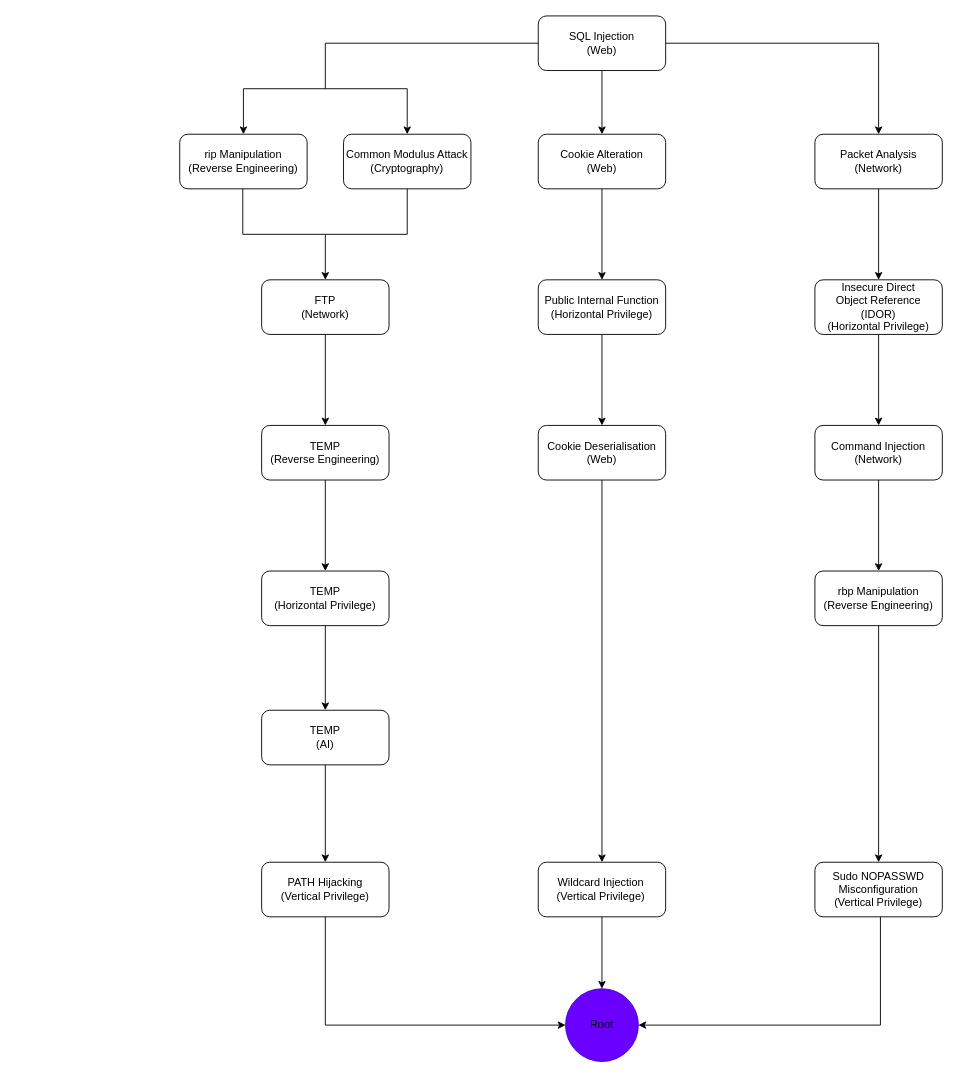
Before: ExploitMap.drawio in saacutter/rta-ctf, a draw.io diagram. Source tidied: cells renumbered, new cells numbered last; positions are measured from the earlier drawing's top-left corner, leaving out a move shared by most shapes. Both pictures are drawn from the tidied source at 91%, with x=0, y=0 at pixel (179, 15).
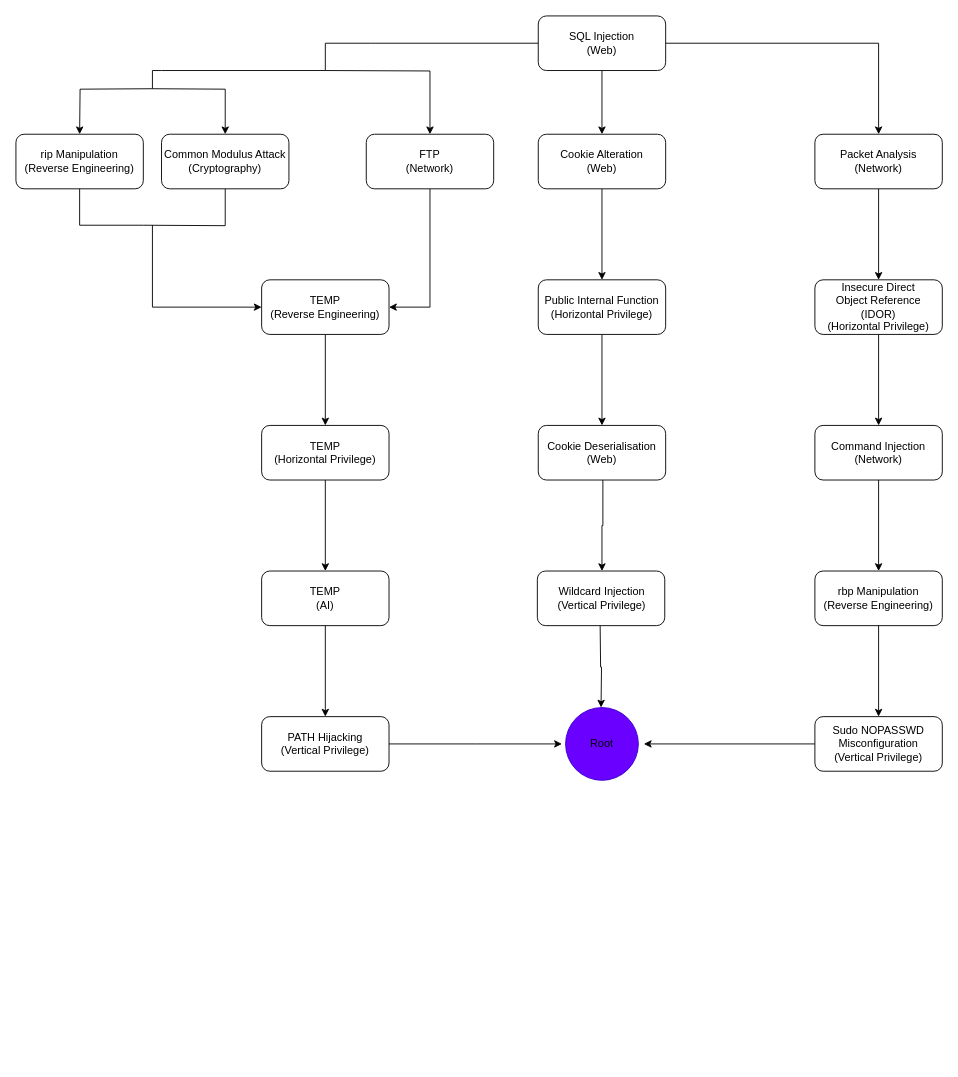
The same diagram, later.

Commit message (it also covers changes not shown here):
Updated exploit map

Unchanged cells that the change refers to:
```xml
<mxCell id="5" style="rounded=1;whiteSpace=wrap;html=1;" parent="1" vertex="1">
  <mxGeometry x="394" width="140" height="60" as="geometry" />
</mxCell>
<mxCell id="31" style="rounded=1;whiteSpace=wrap;html=1;" parent="1" vertex="1">
  <mxGeometry x="394" y="450" width="140" height="60" as="geometry" />
</mxCell>
```

Diff of the diagram source:
```diff
@@
     <mxCell id="4" style="edgeStyle=orthogonalEdgeStyle;rounded=0;jettySize=auto;html=1;endArrow=none;endFill=0;" parent="1" edge="1" source="5">
       <mxGeometry relative="1" as="geometry">
-        <mxPoint x="160" y="80" as="targetPoint" />
+        <mxPoint x="160" y="60" as="targetPoint" />
         <Array as="points">
           <mxPoint x="210" y="30" />
           <mxPoint x="210" y="30" />
         </Array>
       </mxGeometry>
     </mxCell>
@@
     <mxCell id="6" style="rounded=1;whiteSpace=wrap;html=1;" parent="1" vertex="1">
-      <mxGeometry y="130" width="140" height="60" as="geometry" />
+      <mxGeometry x="-20" y="130" width="140" height="60" as="geometry" />
     </mxCell>
@@
     <mxCell id="11" style="rounded=1;whiteSpace=wrap;html=1;" parent="1" vertex="1">
-      <mxGeometry x="180" y="130" width="140" height="60" as="geometry" />
+      <mxGeometry x="-180" y="130" width="140" height="60" as="geometry" />
     </mxCell>
-    <mxCell id="12" style="endArrow=classic;html=1;rounded=0;entryX=0.5;entryY=0;entryDx=0;entryDy=0;" parent="1" edge="1" target="11">
-      <mxGeometry relative="1" as="geometry">
-        <mxPoint x="160" y="80" as="sourcePoint" />
-        <Array as="points">
-          <mxPoint x="250" y="80" />
-        </Array>
-      </mxGeometry>
-    </mxCell>
-    <mxCell id="13" style="endArrow=classic;html=1;rounded=0;entryX=0.5;entryY=0;entryDx=0;entryDy=0;" parent="1" edge="1">
-      <mxGeometry relative="1" as="geometry">
-        <mxPoint x="160" y="80" as="sourcePoint" />
-        <mxPoint x="70" y="130" as="targetPoint" />
-        <Array as="points">
-          <mxPoint x="70" y="80" />
-        </Array>
-      </mxGeometry>
-    </mxCell>
@@
-    <mxCell id="18" style="edgeStyle=orthogonalEdgeStyle;rounded=0;jettySize=auto;html=1;entryX=0;entryY=0.5;entryDx=0;entryDy=0;" parent="1" edge="1" source="19" target="40">
-      <mxGeometry relative="1" as="geometry">
-        <Array as="points">
-          <mxPoint x="160.1" y="1109.1" />
-        </Array>
-      </mxGeometry>
-    </mxCell>
     <mxCell id="19" style="rounded=1;whiteSpace=wrap;html=1;" parent="1" vertex="1">
-      <mxGeometry x="90" y="930" width="140" height="60" as="geometry" />
+      <mxGeometry x="90" y="770" width="140" height="60" as="geometry" />
     </mxCell>
-    <mxCell id="20" style="endArrow=none;html=1;rounded=0;startArrow=none;startFill=0;endFill=0;" parent="1" edge="1">
-      <mxGeometry relative="1" as="geometry">
-        <mxPoint x="69.3" y="190" as="sourcePoint" />
-        <mxPoint x="160" y="240" as="targetPoint" />
-        <Array as="points">
-          <mxPoint x="69.3" y="240" />
-        </Array>
-      </mxGeometry>
-    </mxCell>
-    <mxCell id="21" style="endArrow=none;html=1;rounded=0;startArrow=none;startFill=0;endFill=0;" parent="1" edge="1">
-      <mxGeometry relative="1" as="geometry">
-        <mxPoint x="250" y="190" as="sourcePoint" />
-        <mxPoint x="160" y="240" as="targetPoint" />
-        <Array as="points">
-          <mxPoint x="250" y="240" />
-        </Array>
-      </mxGeometry>
-    </mxCell>
-    <mxCell id="22" style="endArrow=classic;html=1;rounded=0;" parent="1" edge="1">
-      <mxGeometry relative="1" as="geometry">
-        <mxPoint x="160" y="240" as="sourcePoint" />
-        <mxPoint x="160" y="290" as="targetPoint" />
-      </mxGeometry>
-    </mxCell>
@@
+    <mxCell id="58" style="edgeStyle=orthogonalEdgeStyle;rounded=0;jettySize=auto;html=1;entryX=1;entryY=0.5;entryDx=0;entryDy=0;" parent="1" edge="1" source="25" target="39">
+      <mxGeometry relative="1" as="geometry" />
+    </mxCell>
     <mxCell id="25" style="rounded=1;whiteSpace=wrap;html=1;" parent="1" vertex="1">
-      <mxGeometry x="90" y="290" width="140" height="60" as="geometry" />
+      <mxGeometry x="205" y="130" width="140" height="60" as="geometry" />
     </mxCell>
@@
-    <mxCell id="28" style="edgeStyle=orthogonalEdgeStyle;rounded=0;jettySize=auto;html=1;entryX=1;entryY=0.5;entryDx=0;entryDy=0;" parent="1" edge="1" source="29" target="40">
-      <mxGeometry relative="1" as="geometry">
-        <Array as="points">
-          <mxPoint x="770" y="1109" />
-        </Array>
-      </mxGeometry>
-    </mxCell>
+    <mxCell id="60" style="edgeStyle=orthogonalEdgeStyle;rounded=0;jettySize=auto;html=1;" parent="1" edge="1" source="29">
+      <mxGeometry relative="1" as="geometry">
+        <mxPoint x="510" y="800" as="targetPoint" />
+      </mxGeometry>
+    </mxCell>
     <mxCell id="29" style="rounded=1;whiteSpace=wrap;html=1;" parent="1" vertex="1">
-      <mxGeometry x="698" y="930" width="140" height="60" as="geometry" />
+      <mxGeometry x="698" y="770" width="140" height="60" as="geometry" />
     </mxCell>
-    <mxCell id="30" style="edgeStyle=orthogonalEdgeStyle;rounded=0;jettySize=auto;html=1;" parent="1" edge="1" source="31" target="33">
-      <mxGeometry relative="1" as="geometry" />
+    <mxCell id="30" style="edgeStyle=orthogonalEdgeStyle;rounded=0;orthogonalLoop=1;jettySize=auto;html=1;" parent="1" edge="1">
+      <mxGeometry relative="1" as="geometry">
+        <mxPoint x="465" y="510" as="sourcePoint" />
+        <mxPoint x="464" y="610" as="targetPoint" />
+        <Array as="points">
+          <mxPoint x="465" y="560" />
+          <mxPoint x="464" y="560" />
+        </Array>
+      </mxGeometry>
     </mxCell>
@@
-    <mxCell id="32" style="edgeStyle=orthogonalEdgeStyle;rounded=0;jettySize=auto;html=1;" parent="1" edge="1" source="33" target="40">
-      <mxGeometry relative="1" as="geometry" />
+    <mxCell id="32" style="edgeStyle=orthogonalEdgeStyle;rounded=0;orthogonalLoop=1;jettySize=auto;html=1;" parent="1" edge="1">
+      <mxGeometry relative="1" as="geometry">
+        <mxPoint x="462" y="670" as="sourcePoint" />
+        <mxPoint x="463" y="760" as="targetPoint" />
+      </mxGeometry>
     </mxCell>
     <mxCell id="33" style="rounded=1;whiteSpace=wrap;html=1;" parent="1" vertex="1">
-      <mxGeometry x="394" y="930" width="140" height="60" as="geometry" />
+      <mxGeometry x="393" y="610" width="140" height="60" as="geometry" />
     </mxCell>
@@
     <mxCell id="35" style="rounded=1;whiteSpace=wrap;html=1;" parent="1" vertex="1">
-      <mxGeometry x="90" y="610" width="140" height="60" as="geometry" />
+      <mxGeometry x="90" y="450" width="140" height="60" as="geometry" />
     </mxCell>
@@
     <mxCell id="37" style="rounded=1;whiteSpace=wrap;html=1;" parent="1" vertex="1">
-      <mxGeometry x="90" y="763" width="140" height="60" as="geometry" />
+      <mxGeometry x="90" y="610" width="140" height="60" as="geometry" />
     </mxCell>
@@
     <mxCell id="39" style="rounded=1;whiteSpace=wrap;html=1;" parent="1" vertex="1">
-      <mxGeometry x="90" y="450" width="140" height="60" as="geometry" />
+      <mxGeometry x="90" y="290" width="140" height="60" as="geometry" />
     </mxCell>
     <mxCell id="40" style="ellipse;whiteSpace=wrap;html=1;shapeInside=1;fillColor=light-dark(#6A00FF,#B266FF);fontColor=#ffffff;strokeColor=#3700CC;" parent="1" vertex="1">
-      <mxGeometry x="424" y="1069" width="80" height="80" as="geometry" />
+      <mxGeometry x="424" y="760" width="80" height="80" as="geometry" />
     </mxCell>
     <mxCell id="41" value="Root" style="text;html=1;whiteSpace=wrap;strokeColor=none;fillColor=none;align=center;verticalAlign=middle;rounded=0;" parent="1" vertex="1">
-      <mxGeometry x="434" y="1094" width="60" height="30" as="geometry" />
+      <mxGeometry x="434" y="785" width="60" height="30" as="geometry" />
     </mxCell>
@@
     <mxCell id="43" value="rip Manipulation&lt;br&gt;(Reverse Engineering)" style="text;html=1;whiteSpace=wrap;strokeColor=none;fillColor=none;align=center;verticalAlign=middle;rounded=0;" parent="1" vertex="1">
-      <mxGeometry x="5" y="145" width="130" height="30" as="geometry" />
+      <mxGeometry x="-175" y="145" width="130" height="30" as="geometry" />
     </mxCell>
     <mxCell id="44" value="Common Modulus Attack&lt;br&gt;(Cryptography)" style="text;html=1;whiteSpace=wrap;strokeColor=none;fillColor=none;align=center;verticalAlign=middle;rounded=0;" parent="1" vertex="1">
-      <mxGeometry x="180" y="145" width="140" height="30" as="geometry" />
+      <mxGeometry x="-20" y="145" width="140" height="30" as="geometry" />
     </mxCell>
+    <mxCell id="61" style="edgeStyle=orthogonalEdgeStyle;rounded=0;jettySize=auto;html=1;" parent="1" edge="1" source="45">
+      <mxGeometry relative="1" as="geometry">
+        <mxPoint x="420" y="800" as="targetPoint" />
+      </mxGeometry>
+    </mxCell>
     <mxCell id="45" value="PATH Hijacking&lt;br&gt;(Vertical Privilege)" style="text;html=1;whiteSpace=wrap;strokeColor=none;fillColor=none;align=center;verticalAlign=middle;rounded=0;" parent="1" vertex="1">
-      <mxGeometry x="90" y="945" width="140" height="30" as="geometry" />
+      <mxGeometry x="90" y="785" width="140" height="30" as="geometry" />
     </mxCell>
@@
     <mxCell id="48" value="Wildcard Injection&lt;br&gt;(Vertical Privilege)" style="text;html=1;whiteSpace=wrap;strokeColor=none;fillColor=none;align=center;verticalAlign=middle;rounded=0;" parent="1" vertex="1">
-      <mxGeometry x="408" y="945" width="110" height="30" as="geometry" />
+      <mxGeometry x="409" y="625" width="110" height="30" as="geometry" />
     </mxCell>
     <mxCell id="49" value="Sudo NOPASSWD Misconfiguration&lt;br&gt;(Vertical Privilege)" style="text;html=1;whiteSpace=wrap;strokeColor=none;fillColor=none;align=center;verticalAlign=middle;rounded=0;" parent="1" vertex="1">
-      <mxGeometry x="713" y="945" width="110" height="30" as="geometry" />
+      <mxGeometry x="713" y="785" width="110" height="30" as="geometry" />
     </mxCell>
     <mxCell id="50" value="TEMP&lt;br&gt;(Reverse Engineering)" style="text;html=1;whiteSpace=wrap;strokeColor=none;fillColor=none;align=center;verticalAlign=middle;rounded=0;" parent="1" vertex="1">
-      <mxGeometry x="95" y="465" width="130" height="30" as="geometry" />
+      <mxGeometry x="95" y="305" width="130" height="30" as="geometry" />
     </mxCell>
     <mxCell id="51" value="TEMP&lt;br&gt;(AI)" style="text;html=1;whiteSpace=wrap;strokeColor=none;fillColor=none;align=center;verticalAlign=middle;rounded=0;" parent="1" vertex="1">
-      <mxGeometry x="105" y="778" width="110" height="30" as="geometry" />
+      <mxGeometry x="105" y="625" width="110" height="30" as="geometry" />
     </mxCell>
     <mxCell id="52" value="TEMP&lt;br&gt;(Horizontal Privilege)" style="text;html=1;whiteSpace=wrap;strokeColor=none;fillColor=none;align=center;verticalAlign=middle;rounded=0;" parent="1" vertex="1">
-      <mxGeometry x="100" y="625" width="120" height="30" as="geometry" />
+      <mxGeometry x="100" y="465" width="120" height="30" as="geometry" />
     </mxCell>
@@
-    <mxCell id="58" style="edgeStyle=orthogonalEdgeStyle;rounded=0;jettySize=auto;html=1;entryX=0.5;entryY=0;entryDx=0;entryDy=0;exitX=0.5;exitY=1;exitDx=0;exitDy=0;" parent="1" edge="1" source="25" target="39">
-      <mxGeometry relative="1" as="geometry" />
-    </mxCell>
     <mxCell id="59" value="FTP&lt;br&gt;(Network)" style="text;html=1;whiteSpace=wrap;strokeColor=none;fillColor=none;align=center;verticalAlign=middle;rounded=0;" parent="1" vertex="1">
-      <mxGeometry x="100" y="305" width="120" height="30" as="geometry" />
+      <mxGeometry x="215" y="145" width="120" height="30" as="geometry" />
     </mxCell>
+    <mxCell id="62" style="edgeStyle=orthogonalEdgeStyle;rounded=0;orthogonalLoop=1;jettySize=auto;html=1;endArrow=none;endFill=0;" parent="1" edge="1">
+      <mxGeometry relative="1" as="geometry">
+        <mxPoint x="160" y="60" as="sourcePoint" />
+        <mxPoint x="-30" y="80" as="targetPoint" />
+        <Array as="points">
+          <mxPoint x="-20" y="60" />
+          <mxPoint x="-20" y="60" />
+        </Array>
+      </mxGeometry>
+    </mxCell>
+    <mxCell id="63" style="edgeStyle=orthogonalEdgeStyle;rounded=0;jettySize=auto;html=1;entryX=0.5;entryY=0;entryDx=0;entryDy=0;" parent="1" edge="1" target="25">
+      <mxGeometry relative="1" as="geometry">
+        <mxPoint x="160" y="60" as="sourcePoint" />
+      </mxGeometry>
+    </mxCell>
+    <mxCell id="64" style="edgeStyle=orthogonalEdgeStyle;rounded=0;jettySize=auto;html=1;entryX=0.5;entryY=0;entryDx=0;entryDy=0;" parent="1" edge="1" target="6">
+      <mxGeometry relative="1" as="geometry">
+        <mxPoint x="-30" y="80" as="sourcePoint" />
+      </mxGeometry>
+    </mxCell>
+    <mxCell id="65" style="edgeStyle=orthogonalEdgeStyle;rounded=0;orthogonalLoop=1;jettySize=auto;html=1;entryX=0.5;entryY=0;entryDx=0;entryDy=0;" parent="1" edge="1">
+      <mxGeometry relative="1" as="geometry">
+        <mxPoint x="-30" y="80" as="sourcePoint" />
+        <mxPoint x="-110" y="130" as="targetPoint" />
+      </mxGeometry>
+    </mxCell>
+    <mxCell id="66" style="edgeStyle=orthogonalEdgeStyle;rounded=0;jettySize=auto;html=1;endArrow=none;endFill=0;entryX=0.5;entryY=1;entryDx=0;entryDy=0;" parent="1" edge="1" target="11">
+      <mxGeometry relative="1" as="geometry">
+        <mxPoint x="-40" y="230" as="sourcePoint" />
+        <Array as="points">
+          <mxPoint x="-40" y="230" />
+          <mxPoint x="-110" y="230" />
+        </Array>
+      </mxGeometry>
+    </mxCell>
+    <mxCell id="67" style="edgeStyle=orthogonalEdgeStyle;rounded=0;jettySize=auto;html=1;endArrow=none;endFill=0;entryX=0.5;entryY=1;entryDx=0;entryDy=0;" parent="1" edge="1" target="6">
+      <mxGeometry relative="1" as="geometry">
+        <mxPoint x="-40" y="230" as="sourcePoint" />
+      </mxGeometry>
+    </mxCell>
+    <mxCell id="68" style="edgeStyle=orthogonalEdgeStyle;rounded=0;jettySize=auto;html=1;endArrow=none;endFill=0;entryX=0.5;entryY=1;entryDx=0;entryDy=0;exitX=0;exitY=0.5;exitDx=0;exitDy=0;startArrow=classic;startFill=1;" parent="1" edge="1" source="39">
+      <mxGeometry relative="1" as="geometry">
+        <mxPoint x="-30" y="230" as="targetPoint" />
+        <Array as="points">
+          <mxPoint x="-30" y="320" />
+        </Array>
+      </mxGeometry>
+    </mxCell>
```
